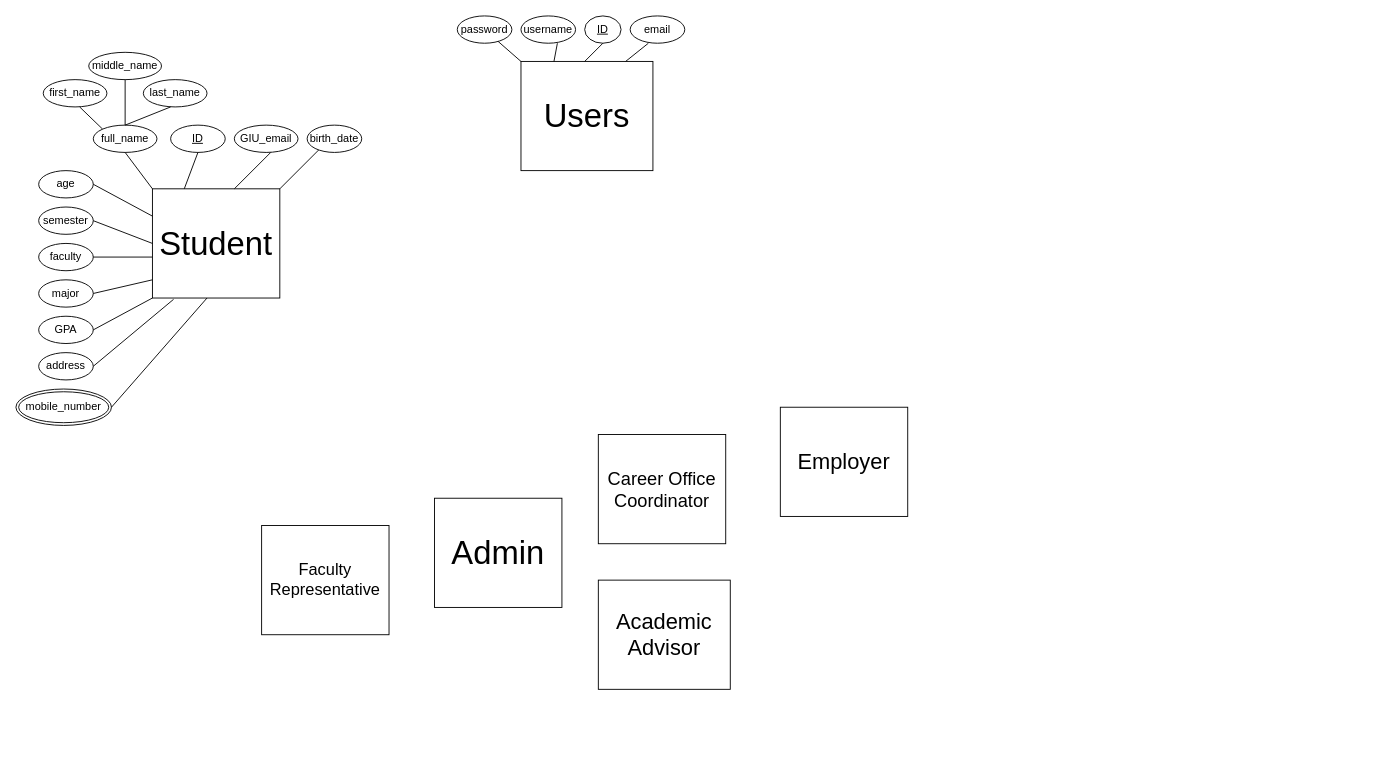
This is EERD_file1.drawio from RamyCodes/EERD, a draw.io file, before an edit. Source tidied: cells renumbered, new cells numbered last; positions are measured from the earlier drawing's top-left corner, leaving out a move shared by most shapes. Both pictures are drawn from the tidied source at 91%, with x=0, y=0 at pixel (15, 15).
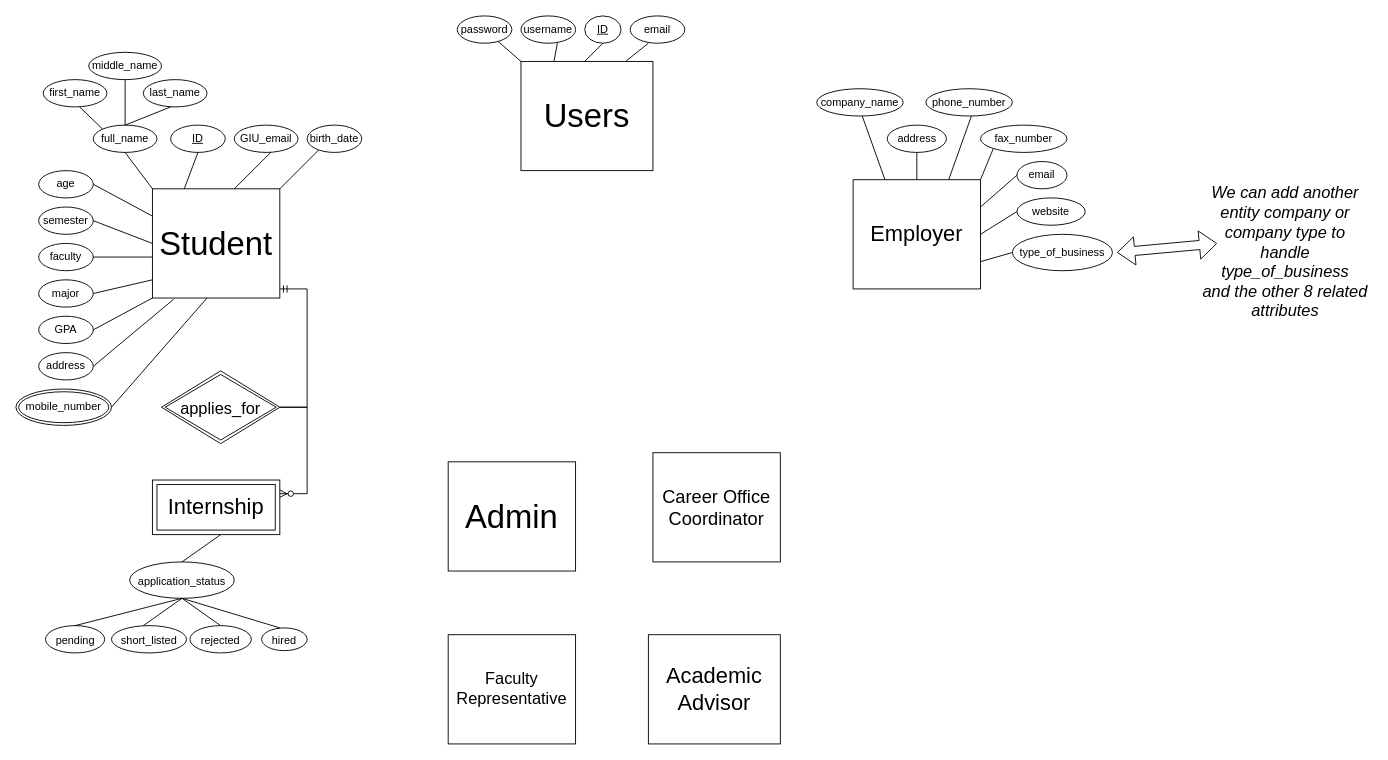
The same page after the edit.

What changed in the source:
```diff
@@
     <mxCell id="3" value="&lt;font style=&quot;font-size: 24px&quot;&gt;Employer&lt;/font&gt;" style="rounded=0;whiteSpace=wrap;html=1;" parent="1" vertex="1">
-      <mxGeometry x="840" y="430" width="140" height="120" as="geometry" />
+      <mxGeometry x="920" y="180" width="140" height="120" as="geometry" />
     </mxCell>
     <mxCell id="4" value="&lt;font style=&quot;font-size: 36px&quot;&gt;Admin&lt;/font&gt;" style="rounded=0;whiteSpace=wrap;html=1;" parent="1" vertex="1">
-      <mxGeometry x="460" y="530" width="140" height="120" as="geometry" />
+      <mxGeometry x="475" y="490" width="140" height="120" as="geometry" />
     </mxCell>
     <mxCell id="5" value="&lt;font style=&quot;font-size: 18px&quot;&gt;Faculty Representative&lt;/font&gt;" style="rounded=0;whiteSpace=wrap;html=1;" parent="1" vertex="1">
-      <mxGeometry x="270" y="560" width="140" height="120" as="geometry" />
+      <mxGeometry x="475" y="680" width="140" height="120" as="geometry" />
     </mxCell>
     <mxCell id="6" value="&lt;font style=&quot;font-size: 20px&quot;&gt;Career Office&lt;br&gt;Coordinator&lt;/font&gt;" style="rounded=0;whiteSpace=wrap;html=1;" parent="1" vertex="1">
-      <mxGeometry x="640" y="460" width="140" height="120" as="geometry" />
+      <mxGeometry x="700" y="480" width="140" height="120" as="geometry" />
     </mxCell>
     <mxCell id="7" value="&lt;font style=&quot;font-size: 24px&quot;&gt;Academic Advisor&lt;/font&gt;" style="rounded=0;whiteSpace=wrap;html=1;" parent="1" vertex="1">
-      <mxGeometry x="640" y="620" width="145" height="120" as="geometry" />
+      <mxGeometry x="695" y="680" width="145" height="120" as="geometry" />
     </mxCell>
@@
+    <mxCell id="45" value="Internship" style="shape=ext;margin=3;double=1;whiteSpace=wrap;html=1;align=center;fontSize=24;" parent="1" vertex="1">
+      <mxGeometry x="150" y="510" width="140" height="60" as="geometry" />
+    </mxCell>
+    <mxCell id="46" style="edgeStyle=entityRelationEdgeStyle;fontSize=12;html=1;endArrow=ERzeroToMany;startArrow=none;rounded=0;entryX=1;entryY=0.25;entryDx=0;entryDy=0;" parent="1" edge="1" source="47" target="45">
+      <mxGeometry relative="1" as="geometry" />
+    </mxCell>
+    <mxCell id="47" value="&lt;font style=&quot;font-size: 18px&quot;&gt;applies_for&lt;/font&gt;" style="shape=rhombus;double=1;perimeter=rhombusPerimeter;whiteSpace=wrap;html=1;align=center;fontSize=24;" parent="1" vertex="1">
+      <mxGeometry x="160" y="390" width="130" height="80" as="geometry" />
+    </mxCell>
+    <mxCell id="48" style="edgeStyle=entityRelationEdgeStyle;fontSize=12;html=1;endArrow=none;startArrow=ERmandOne;rounded=0;entryX=1;entryY=0.5;entryDx=0;entryDy=0;" parent="1" edge="1" target="47">
+      <mxGeometry relative="1" as="geometry">
+        <mxPoint x="290" y="300" as="sourcePoint" />
+      </mxGeometry>
+    </mxCell>
+    <mxCell id="49" value="&lt;font style=&quot;font-size: 12px&quot;&gt;application_status&lt;/font&gt;" style="ellipse;whiteSpace=wrap;html=1;align=center;fontSize=18;" parent="1" vertex="1">
+      <mxGeometry x="125" y="600" width="115" height="40" as="geometry" />
+    </mxCell>
+    <mxCell id="50" value="&lt;font style=&quot;font-size: 12px&quot;&gt;pending&lt;/font&gt;" style="ellipse;whiteSpace=wrap;html=1;align=center;fontSize=18;" parent="1" vertex="1">
+      <mxGeometry x="32.5" y="670" width="65" height="30" as="geometry" />
+    </mxCell>
+    <mxCell id="51" value="&lt;font style=&quot;font-size: 12px&quot;&gt;short_listed&lt;/font&gt;" style="ellipse;whiteSpace=wrap;html=1;align=center;fontSize=18;" parent="1" vertex="1">
+      <mxGeometry x="105" y="670" width="82.5" height="30" as="geometry" />
+    </mxCell>
+    <mxCell id="52" value="&lt;font style=&quot;font-size: 12px&quot;&gt;rejected&lt;/font&gt;" style="ellipse;whiteSpace=wrap;html=1;align=center;fontSize=18;" parent="1" vertex="1">
+      <mxGeometry x="191.2" y="670" width="67.5" height="30" as="geometry" />
+    </mxCell>
+    <mxCell id="53" value="&lt;font style=&quot;font-size: 12px&quot;&gt;hired&lt;/font&gt;" style="ellipse;whiteSpace=wrap;html=1;align=center;fontSize=18;" parent="1" vertex="1">
+      <mxGeometry x="270" y="672.5" width="50" height="25" as="geometry" />
+    </mxCell>
+    <mxCell id="54" style="endArrow=none;html=1;rounded=0;fontSize=12;exitX=0.5;exitY=0;exitDx=0;exitDy=0;entryX=0.5;entryY=1;entryDx=0;entryDy=0;" parent="1" edge="1" source="50" target="49">
+      <mxGeometry relative="1" as="geometry" />
+    </mxCell>
+    <mxCell id="55" style="endArrow=none;html=1;rounded=0;fontSize=12;exitX=0.5;exitY=0;exitDx=0;exitDy=0;entryX=0.5;entryY=1;entryDx=0;entryDy=0;" parent="1" edge="1" target="49">
+      <mxGeometry relative="1" as="geometry">
+        <mxPoint x="140" y="670" as="sourcePoint" />
+      </mxGeometry>
+    </mxCell>
+    <mxCell id="56" style="endArrow=none;html=1;rounded=0;fontSize=12;exitX=0.5;exitY=0;exitDx=0;exitDy=0;entryX=0.5;entryY=1;entryDx=0;entryDy=0;" parent="1" edge="1" source="52" target="49">
+      <mxGeometry relative="1" as="geometry" />
+    </mxCell>
+    <mxCell id="57" style="endArrow=none;html=1;rounded=0;fontSize=12;exitX=0.5;exitY=1;exitDx=0;exitDy=0;entryX=0.217;entryY=1;entryDx=0;entryDy=0;entryPerimeter=0;" parent="1" edge="1" source="49">
+      <mxGeometry relative="1" as="geometry">
+        <mxPoint x="290" y="672.5" as="targetPoint" />
+      </mxGeometry>
+    </mxCell>
+    <mxCell id="58" style="endArrow=none;html=1;rounded=0;fontSize=12;exitX=0.5;exitY=0;exitDx=0;exitDy=0;entryX=0.217;entryY=1;entryDx=0;entryDy=0;entryPerimeter=0;" parent="1" edge="1" source="49">
+      <mxGeometry relative="1" as="geometry">
+        <mxPoint x="225" y="570" as="targetPoint" />
+      </mxGeometry>
+    </mxCell>
+    <mxCell id="59" value="company_name" style="ellipse;whiteSpace=wrap;html=1;" parent="1" vertex="1">
+      <mxGeometry x="880" y="80" width="95" height="30" as="geometry" />
+    </mxCell>
+    <mxCell id="60" value="address" style="ellipse;whiteSpace=wrap;html=1;" parent="1" vertex="1">
+      <mxGeometry x="957.5" y="120" width="65" height="30" as="geometry" />
+    </mxCell>
+    <mxCell id="61" value="phone_number" style="ellipse;whiteSpace=wrap;html=1;" parent="1" vertex="1">
+      <mxGeometry x="1000" y="80" width="95" height="30" as="geometry" />
+    </mxCell>
+    <mxCell id="62" value="fax_number" style="ellipse;whiteSpace=wrap;html=1;" parent="1" vertex="1">
+      <mxGeometry x="1060" y="120" width="95" height="30" as="geometry" />
+    </mxCell>
+    <mxCell id="63" value="email" style="ellipse;whiteSpace=wrap;html=1;" parent="1" vertex="1">
+      <mxGeometry x="1100" y="160" width="55" height="30" as="geometry" />
+    </mxCell>
+    <mxCell id="64" value="website" style="ellipse;whiteSpace=wrap;html=1;" parent="1" vertex="1">
+      <mxGeometry x="1100" y="200" width="75" height="30" as="geometry" />
+    </mxCell>
+    <mxCell id="65" value="type_of_business" style="ellipse;whiteSpace=wrap;html=1;" parent="1" vertex="1">
+      <mxGeometry x="1095" y="240" width="110" height="40" as="geometry" />
+    </mxCell>
+    <mxCell id="66" style="endArrow=none;html=1;rounded=0;exitX=0.25;exitY=0;exitDx=0;exitDy=0;" parent="1" edge="1" source="3">
+      <mxGeometry relative="1" as="geometry">
+        <mxPoint x="930" y="110" as="targetPoint" />
+      </mxGeometry>
+    </mxCell>
+    <mxCell id="67" style="endArrow=none;html=1;rounded=0;exitX=0.5;exitY=0;exitDx=0;exitDy=0;" parent="1" edge="1" source="3">
+      <mxGeometry relative="1" as="geometry">
+        <mxPoint x="990" y="150" as="targetPoint" />
+      </mxGeometry>
+    </mxCell>
+    <mxCell id="68" style="endArrow=none;html=1;rounded=0;exitX=0.75;exitY=0;exitDx=0;exitDy=0;" parent="1" edge="1" source="3">
+      <mxGeometry relative="1" as="geometry">
+        <mxPoint x="1050" y="110" as="targetPoint" />
+      </mxGeometry>
+    </mxCell>
+    <mxCell id="69" style="endArrow=none;html=1;rounded=0;exitX=1;exitY=0;exitDx=0;exitDy=0;entryX=0;entryY=1;entryDx=0;entryDy=0;" parent="1" edge="1" source="3" target="62">
+      <mxGeometry relative="1" as="geometry" />
+    </mxCell>
+    <mxCell id="70" style="endArrow=none;html=1;rounded=0;exitX=1;exitY=0.25;exitDx=0;exitDy=0;entryX=0;entryY=0.5;entryDx=0;entryDy=0;" parent="1" edge="1" source="3" target="63">
+      <mxGeometry relative="1" as="geometry" />
+    </mxCell>
+    <mxCell id="71" style="endArrow=none;html=1;rounded=0;exitX=1;exitY=0.5;exitDx=0;exitDy=0;entryX=0;entryY=0.5;entryDx=0;entryDy=0;" parent="1" edge="1" source="3" target="64">
+      <mxGeometry relative="1" as="geometry" />
+    </mxCell>
+    <mxCell id="72" style="endArrow=none;html=1;rounded=0;exitX=0;exitY=0.5;exitDx=0;exitDy=0;entryX=1;entryY=0.75;entryDx=0;entryDy=0;" parent="1" edge="1" source="65" target="3">
+      <mxGeometry relative="1" as="geometry" />
+    </mxCell>
+    <mxCell id="73" value="&lt;font style=&quot;font-size: 18px&quot;&gt;&lt;i&gt;We can add another entity company or company type to handle type_of_business&lt;br&gt;and the other 8 related attributes&lt;br&gt;&lt;/i&gt;&lt;/font&gt;" style="text;html=1;strokeColor=none;fillColor=none;align=center;verticalAlign=middle;whiteSpace=wrap;rounded=0;" parent="1" vertex="1">
+      <mxGeometry x="1300" y="140" width="190" height="240" as="geometry" />
+    </mxCell>
+    <mxCell id="74" style="shape=flexArrow;endArrow=classic;startArrow=classic;html=1;rounded=0;fontSize=18;" parent="1" edge="1">
+      <mxGeometry relative="1" as="geometry">
+        <mxPoint x="1210" y="260" as="sourcePoint" />
+        <mxPoint x="1320" y="250" as="targetPoint" />
+      </mxGeometry>
+    </mxCell>
```
